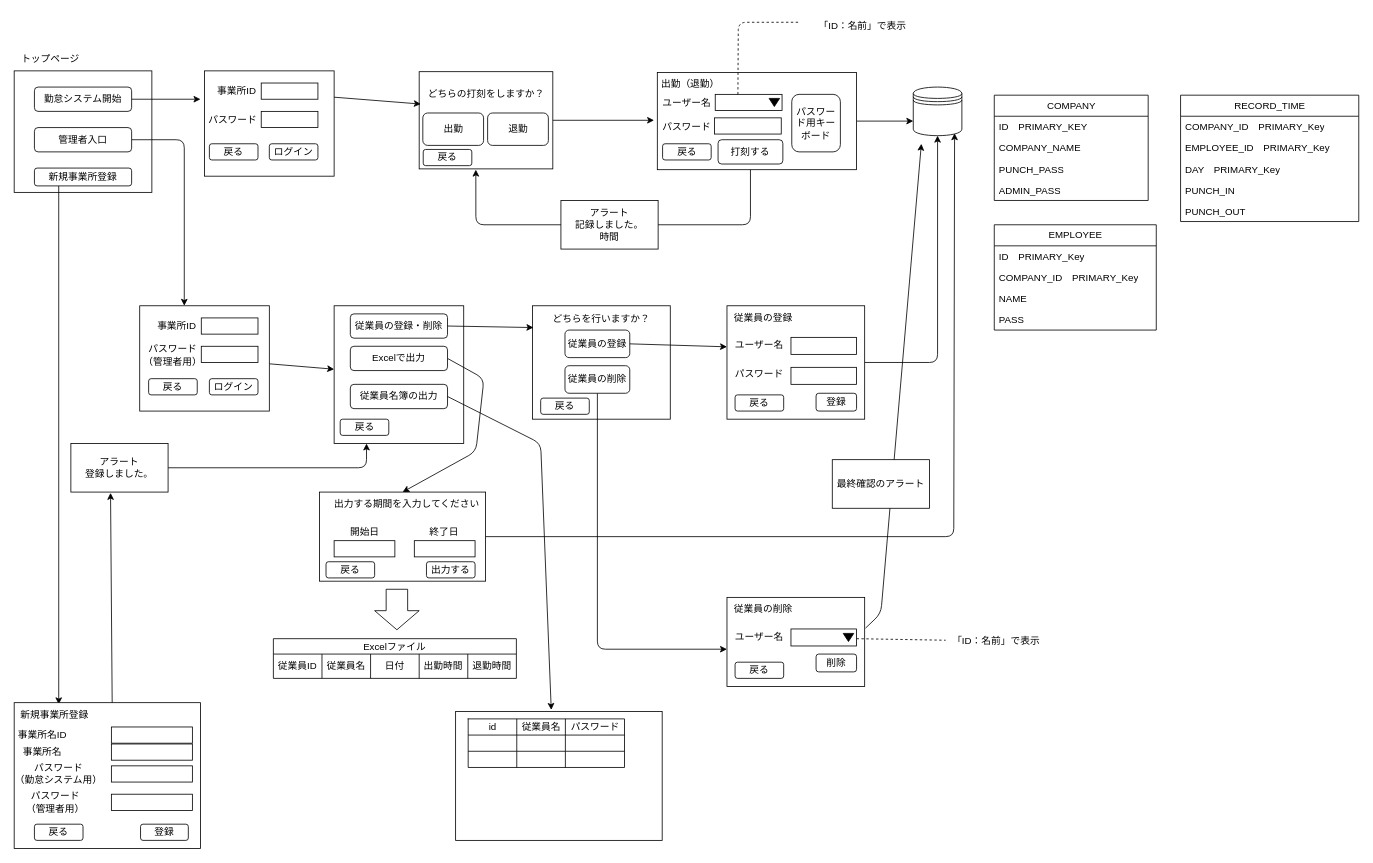
This is page "画面遷移図" (2 of 8) of ドキュメント/制作物案.drawio from Kura-Hiroshi/Attendance_webapp, a draw.io file, before an edit. Source tidied: cells renumbered, new cells numbered last; positions are measured from the earlier drawing's top-left corner, leaving out a move shared by most shapes. Both pictures are drawn from the tidied source at 81%, with x=0, y=0 at pixel (14, 14).
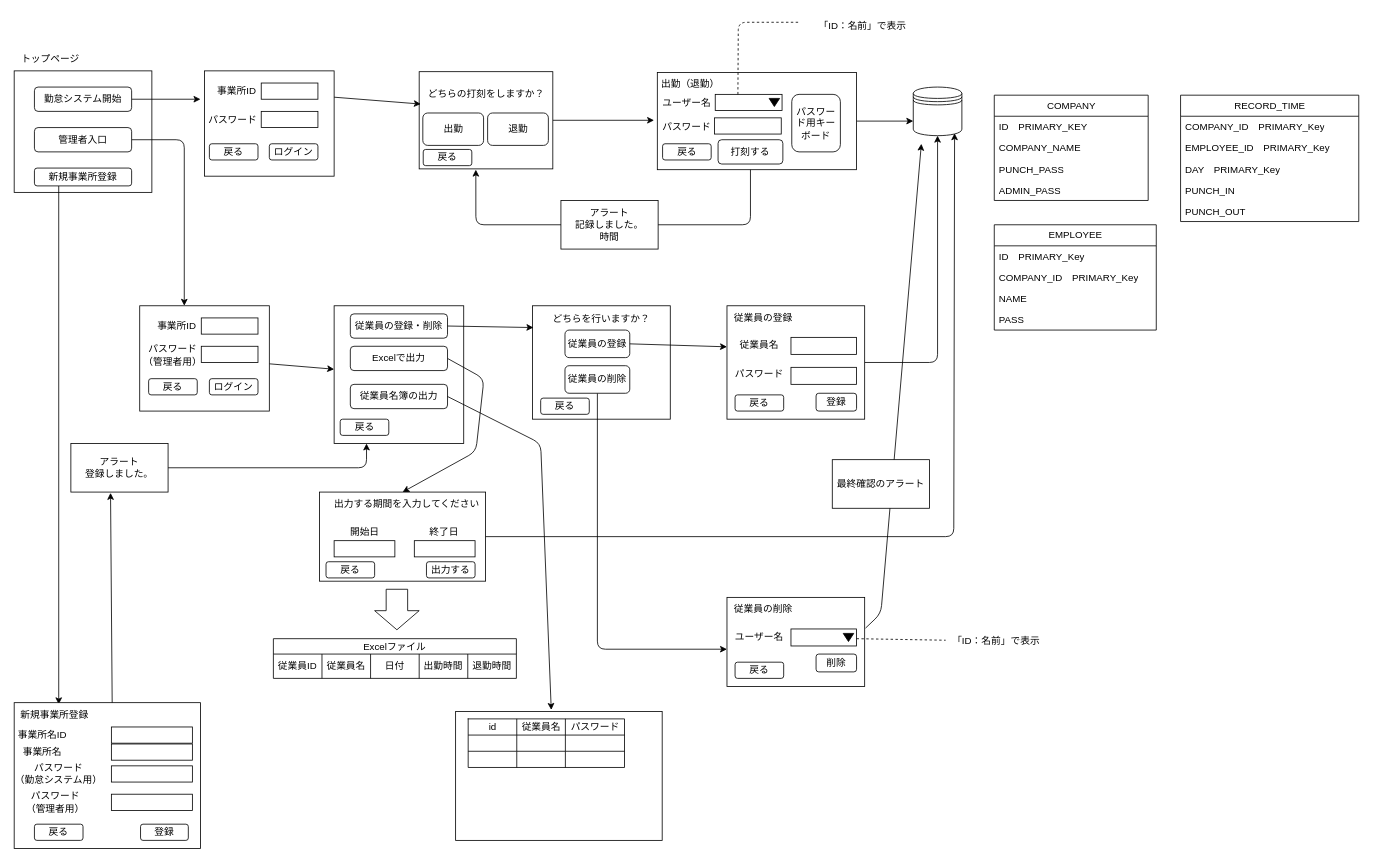
Above is the later version.

The edit, as a diff of the source:
```diff
@@
-    <mxCell id="45" value="ユーザー名" style="text;html=1;align=center;verticalAlign=middle;whiteSpace=wrap;rounded=0;" parent="1" vertex="1">
+    <mxCell id="45" value="従業員名" style="text;html=1;align=center;verticalAlign=middle;whiteSpace=wrap;rounded=0;" parent="1" vertex="1">
       <mxGeometry x="880" y="394" width="80" height="30" as="geometry" />
     </mxCell>
```
